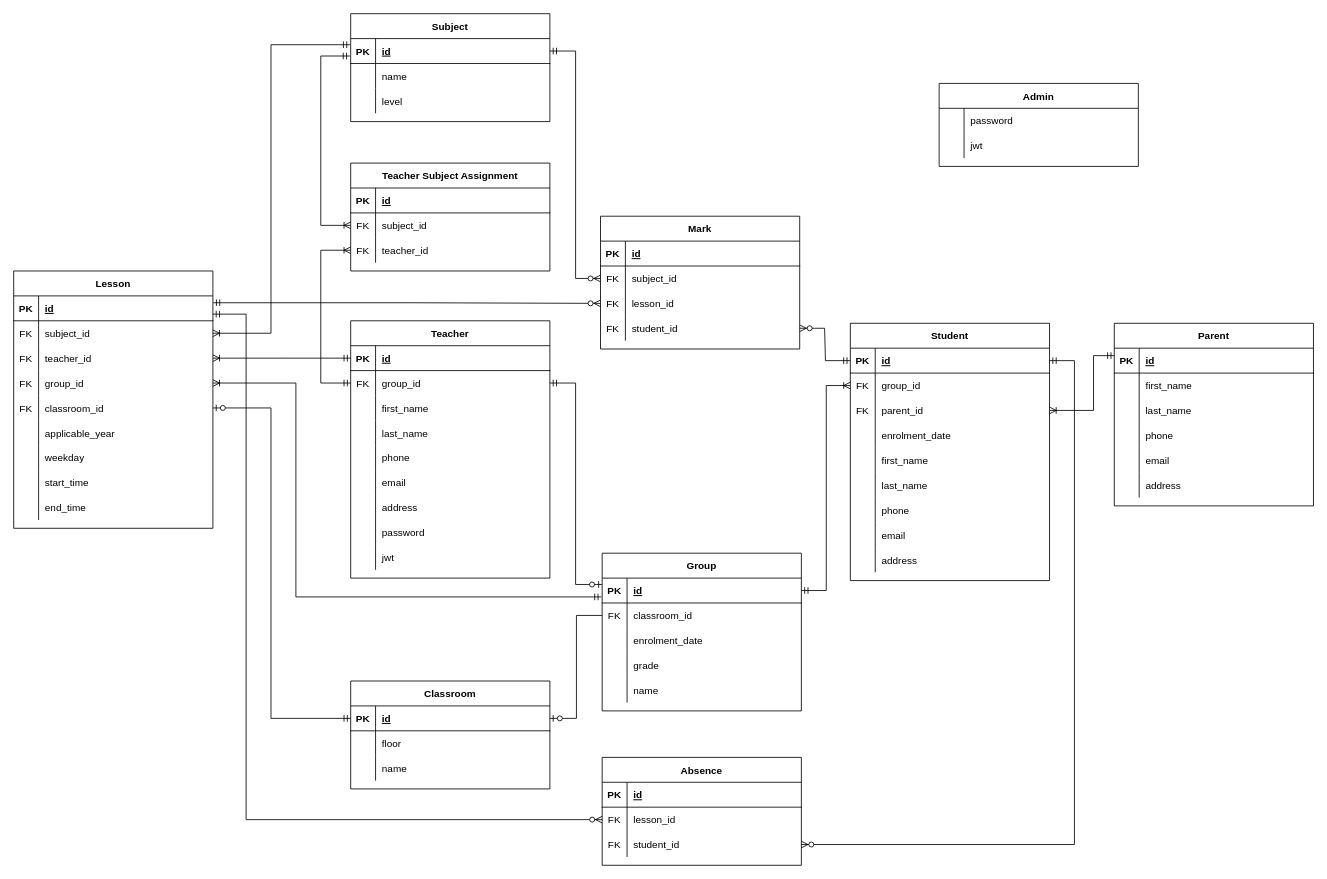
Earlier version of the draw.io diagram Diagrams/High School DB ERD Diagram.drawio.xml (Gherasim-Andrei-Albert/High-School-App). Source tidied: cells renumbered, new cells numbered last; positions are measured from the earlier drawing's top-left corner, leaving out a move shared by most shapes. Both pictures are drawn from the tidied source at 83%, with x=0, y=0 at pixel (13, 13).
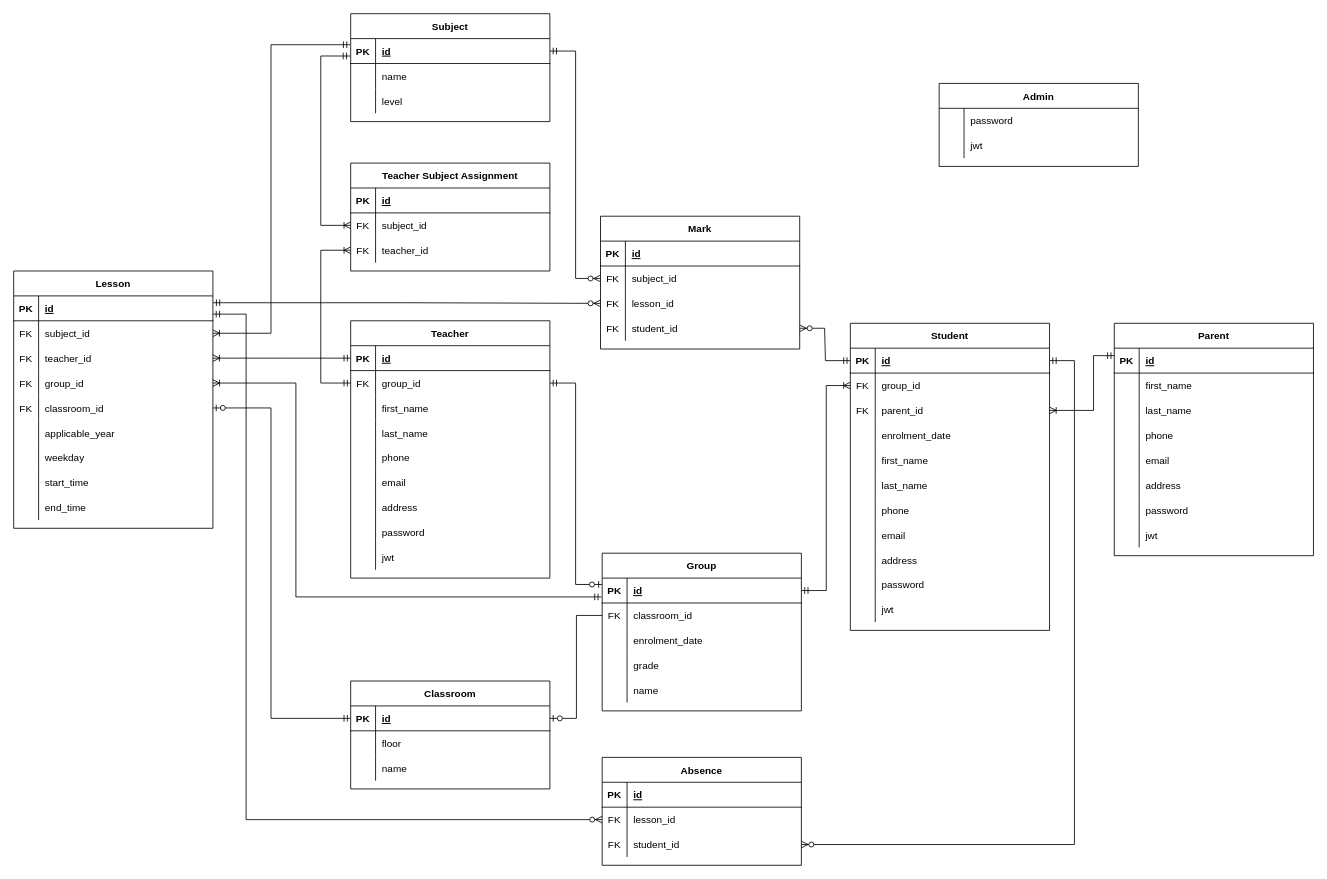
The same diagram, later.

Commit message (it also covers changes not shown here):
modified diagram to have authentication fields on parent and student

What changed in the source:
```diff
@@
     <mxCell id="30" value="Student" style="shape=table;startSize=30;childLayout=tableLayout;rowLines=0;fontStyle=1;align=center;" parent="1" vertex="1">
-      <mxGeometry x="1008" y="373" width="240" height="310" as="geometry" />
+      <mxGeometry x="1008" y="373" width="240" height="370" as="geometry" />
     </mxCell>
@@
+    <mxCell id="196" style="shape=partialRectangle;fillColor=none;top=0;left=0;right=0;bottom=0;" parent="30" vertex="1">
+      <mxGeometry y="300" width="240" height="30" as="geometry" />
+    </mxCell>
+    <mxCell id="197" style="shape=partialRectangle;overflow=hidden;fillColor=none;top=0;left=0;bottom=0;right=0;" parent="196" vertex="1">
+      <mxGeometry width="30" height="30" as="geometry" />
+    </mxCell>
+    <mxCell id="198" value="password" style="shape=partialRectangle;overflow=hidden;fillColor=none;top=0;left=0;bottom=0;right=0;align=left;spacingLeft=6;" parent="196" vertex="1">
+      <mxGeometry x="30" width="210" height="30" as="geometry" />
+    </mxCell>
+    <mxCell id="199" style="shape=partialRectangle;fillColor=none;top=0;left=0;right=0;bottom=0;" parent="30" vertex="1">
+      <mxGeometry y="330" width="240" height="30" as="geometry" />
+    </mxCell>
+    <mxCell id="200" style="shape=partialRectangle;overflow=hidden;fillColor=none;top=0;left=0;bottom=0;right=0;" parent="199" vertex="1">
+      <mxGeometry width="30" height="30" as="geometry" />
+    </mxCell>
+    <mxCell id="201" value="jwt" style="shape=partialRectangle;overflow=hidden;fillColor=none;top=0;left=0;bottom=0;right=0;align=left;spacingLeft=6;" parent="199" vertex="1">
+      <mxGeometry x="30" width="210" height="30" as="geometry" />
+    </mxCell>
@@
     <mxCell id="112" value="Parent" style="shape=table;startSize=30;childLayout=tableLayout;rowLines=0;fontStyle=1;align=center;" parent="1" vertex="1">
-      <mxGeometry x="1326" y="373" width="240" height="220" as="geometry" />
+      <mxGeometry x="1326" y="373" width="240" height="280" as="geometry" />
     </mxCell>
@@
+    <mxCell id="202" style="shape=partialRectangle;fillColor=none;top=0;left=0;right=0;bottom=0;" parent="112" vertex="1">
+      <mxGeometry y="210" width="240" height="30" as="geometry" />
+    </mxCell>
+    <mxCell id="203" style="shape=partialRectangle;overflow=hidden;fillColor=none;top=0;left=0;bottom=0;right=0;" parent="202" vertex="1">
+      <mxGeometry width="30" height="30" as="geometry" />
+    </mxCell>
+    <mxCell id="204" value="password" style="shape=partialRectangle;overflow=hidden;fillColor=none;top=0;left=0;bottom=0;right=0;align=left;spacingLeft=6;" parent="202" vertex="1">
+      <mxGeometry x="30" width="210" height="30" as="geometry" />
+    </mxCell>
+    <mxCell id="205" style="shape=partialRectangle;fillColor=none;top=0;left=0;right=0;bottom=0;" parent="112" vertex="1">
+      <mxGeometry y="240" width="240" height="30" as="geometry" />
+    </mxCell>
+    <mxCell id="206" style="shape=partialRectangle;overflow=hidden;fillColor=none;top=0;left=0;bottom=0;right=0;" parent="205" vertex="1">
+      <mxGeometry width="30" height="30" as="geometry" />
+    </mxCell>
+    <mxCell id="207" value="jwt" style="shape=partialRectangle;overflow=hidden;fillColor=none;top=0;left=0;bottom=0;right=0;align=left;spacingLeft=6;" parent="205" vertex="1">
+      <mxGeometry x="30" width="210" height="30" as="geometry" />
+    </mxCell>
```
